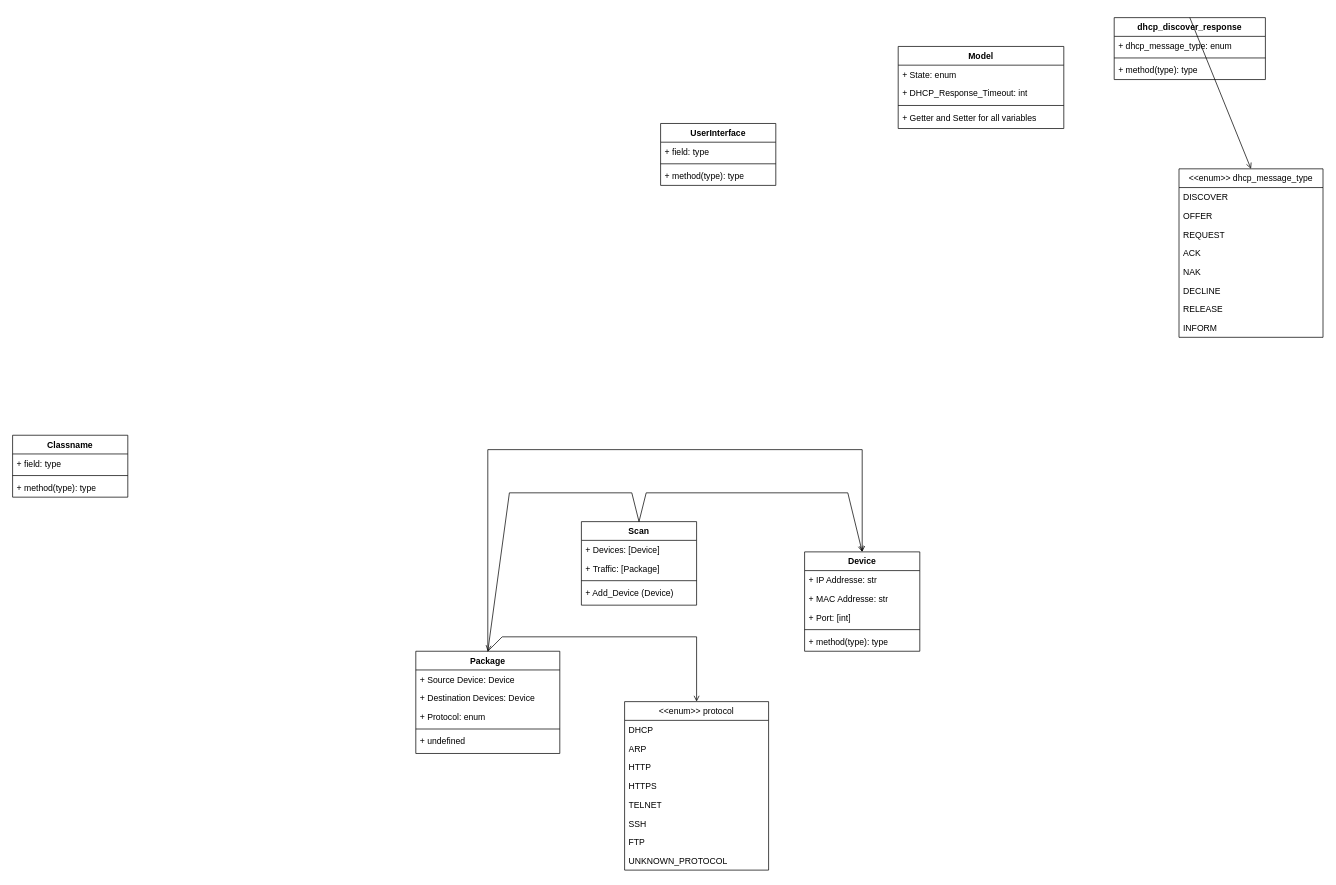
Before: doku/dia_klassen.drawio in repeter42/bachelor, a draw.io diagram. Source tidied: cells renumbered, new cells numbered last; positions are measured from the earlier drawing's top-left corner, leaving out a move shared by most shapes. Both pictures are drawn from the tidied source at 72%, with x=0, y=0 at pixel (12, 17).
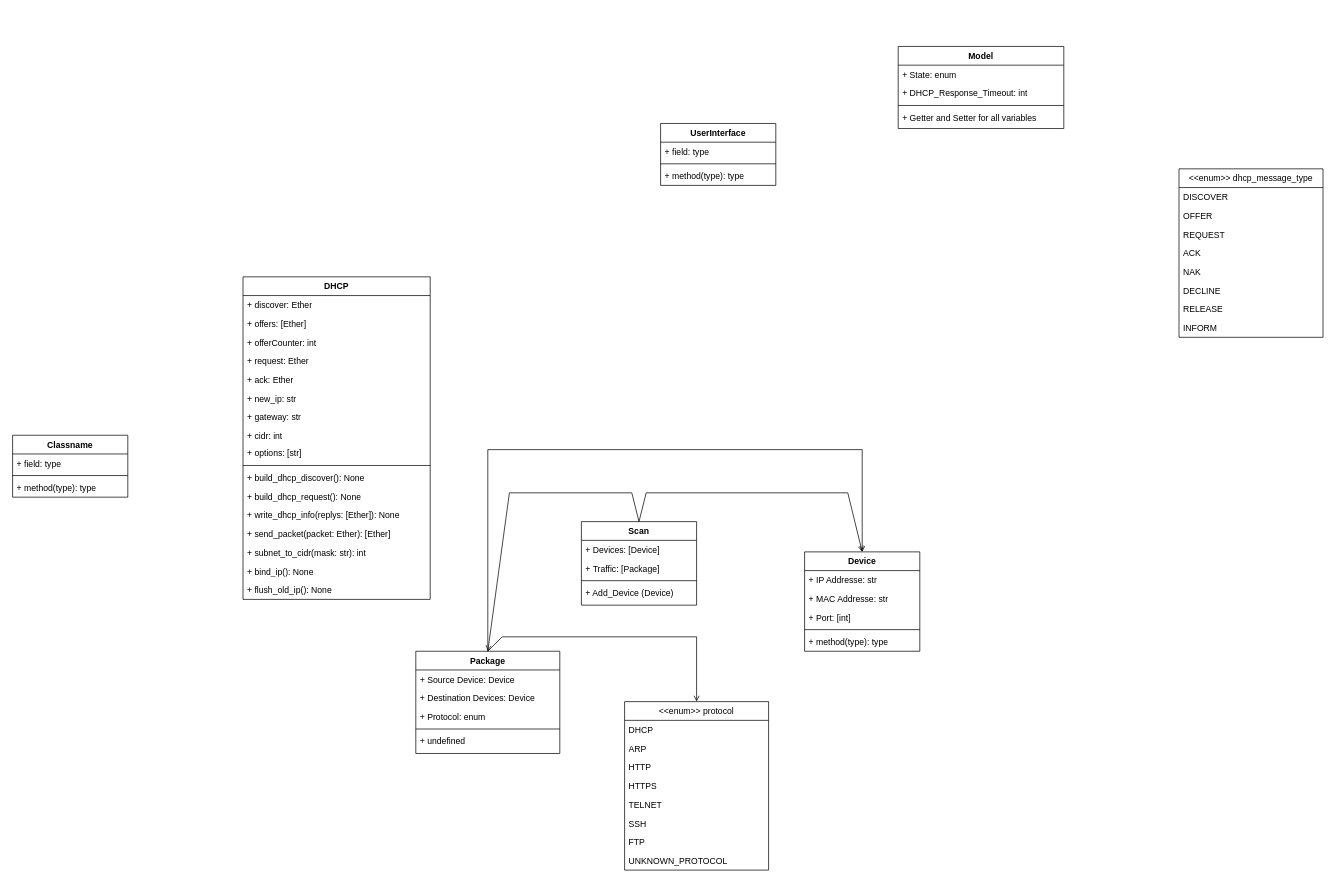
After the change.

The change refers to these unchanged cells:
```xml
<mxCell id="6" value="&amp;lt;&amp;lt;enum&amp;gt;&amp;gt; dhcp_message_type" style="swimlane;fontStyle=0;horizontal=1;startSize=26;fillColor=none;whiteSpace=wrap;html=1;fontSize=12;" parent="1" vertex="1">
  <mxGeometry x="1620" y="210" width="200" height="234" as="geometry" />
</mxCell>
```

Change to the diagram source:
```diff
@@
-    <mxCell id="2" value="dhcp_discover_response" style="swimlane;fontStyle=1;align=center;verticalAlign=top;horizontal=1;startSize=26;whiteSpace=wrap;html=1;fontSize=12;" parent="1" vertex="1">
-      <mxGeometry x="1530" width="210" height="86" as="geometry" />
+    <mxCell id="2" value="DHCP" style="swimlane;fontStyle=1;align=center;verticalAlign=top;horizontal=1;startSize=26;whiteSpace=wrap;html=1;fontSize=12;" parent="1" vertex="1">
+      <mxGeometry x="320" y="360" width="260" height="448" as="geometry" />
     </mxCell>
-    <mxCell id="3" value="+ dhcp_message_type: enum" style="text;strokeColor=none;fillColor=none;align=left;verticalAlign=top;spacingLeft=4;spacingRight=4;overflow=hidden;whiteSpace=wrap;html=1;fontSize=12;" parent="2" vertex="1">
-      <mxGeometry y="26" width="210" height="26" as="geometry" />
+    <mxCell id="3" value="+ discover: Ether" style="text;strokeColor=none;fillColor=none;align=left;verticalAlign=top;spacingLeft=4;spacingRight=4;overflow=hidden;whiteSpace=wrap;html=1;fontSize=12;" parent="2" vertex="1">
+      <mxGeometry y="26" width="260" height="26" as="geometry" />
     </mxCell>
+    <mxCell id="59" value="+ offers: [Ether]" style="text;strokeColor=none;fillColor=none;align=left;verticalAlign=top;spacingLeft=4;spacingRight=4;overflow=hidden;whiteSpace=wrap;html=1;fontSize=12;" parent="2" vertex="1">
+      <mxGeometry y="52" width="260" height="26" as="geometry" />
+    </mxCell>
+    <mxCell id="60" value="+ offerCounter: int" style="text;strokeColor=none;fillColor=none;align=left;verticalAlign=top;spacingLeft=4;spacingRight=4;overflow=hidden;whiteSpace=wrap;html=1;fontSize=12;" parent="2" vertex="1">
+      <mxGeometry y="78" width="260" height="26" as="geometry" />
+    </mxCell>
+    <mxCell id="61" value="+ request: Ether" style="text;strokeColor=none;fillColor=none;align=left;verticalAlign=top;spacingLeft=4;spacingRight=4;overflow=hidden;whiteSpace=wrap;html=1;fontSize=12;" parent="2" vertex="1">
+      <mxGeometry y="104" width="260" height="26" as="geometry" />
+    </mxCell>
+    <mxCell id="62" value="+ ack: Ether" style="text;strokeColor=none;fillColor=none;align=left;verticalAlign=top;spacingLeft=4;spacingRight=4;overflow=hidden;whiteSpace=wrap;html=1;fontSize=12;" parent="2" vertex="1">
+      <mxGeometry y="130" width="260" height="26" as="geometry" />
+    </mxCell>
+    <mxCell id="63" value="+ new_ip: str" style="text;strokeColor=none;fillColor=none;align=left;verticalAlign=top;spacingLeft=4;spacingRight=4;overflow=hidden;whiteSpace=wrap;html=1;fontSize=12;" parent="2" vertex="1">
+      <mxGeometry y="156" width="260" height="26" as="geometry" />
+    </mxCell>
+    <mxCell id="64" value="+ gateway: str" style="text;strokeColor=none;fillColor=none;align=left;verticalAlign=top;spacingLeft=4;spacingRight=4;overflow=hidden;whiteSpace=wrap;html=1;fontSize=12;" parent="2" vertex="1">
+      <mxGeometry y="182" width="260" height="26" as="geometry" />
+    </mxCell>
+    <mxCell id="65" value="+ cidr: int" style="text;strokeColor=none;fillColor=none;align=left;verticalAlign=top;spacingLeft=4;spacingRight=4;overflow=hidden;whiteSpace=wrap;html=1;fontSize=12;" parent="2" vertex="1">
+      <mxGeometry y="208" width="260" height="24" as="geometry" />
+    </mxCell>
+    <mxCell id="66" value="+ options: [str]" style="text;strokeColor=none;fillColor=none;align=left;verticalAlign=top;spacingLeft=4;spacingRight=4;overflow=hidden;whiteSpace=wrap;html=1;fontSize=12;" parent="2" vertex="1">
+      <mxGeometry y="232" width="260" height="26" as="geometry" />
+    </mxCell>
     <mxCell id="4" style="line;strokeWidth=1;fillColor=none;align=left;verticalAlign=middle;spacingTop=-1;spacingLeft=3;spacingRight=3;labelPosition=right;strokeColor=inherit;fontSize=12;" parent="2" vertex="1">
-      <mxGeometry y="52" width="210" height="8" as="geometry" />
+      <mxGeometry y="258" width="260" height="8" as="geometry" />
     </mxCell>
-    <mxCell id="5" value="+ method(type): type" style="text;strokeColor=none;fillColor=none;align=left;verticalAlign=top;spacingLeft=4;spacingRight=4;overflow=hidden;whiteSpace=wrap;html=1;fontSize=12;" parent="2" vertex="1">
-      <mxGeometry y="60" width="210" height="26" as="geometry" />
+    <mxCell id="5" value="+ build_dhcp_discover(): None" style="text;strokeColor=none;fillColor=none;align=left;verticalAlign=top;spacingLeft=4;spacingRight=4;overflow=hidden;whiteSpace=wrap;html=1;fontSize=12;" parent="2" vertex="1">
+      <mxGeometry y="266" width="260" height="26" as="geometry" />
     </mxCell>
+    <mxCell id="67" value="+ build_dhcp_request(): None" style="text;strokeColor=none;fillColor=none;align=left;verticalAlign=top;spacingLeft=4;spacingRight=4;overflow=hidden;whiteSpace=wrap;html=1;fontSize=12;" parent="2" vertex="1">
+      <mxGeometry y="292" width="260" height="26" as="geometry" />
+    </mxCell>
+    <mxCell id="68" value="+ write_dhcp_info(replys: [Ether]): None&lt;span style=&quot;white-space: pre;&quot;&gt;&#9;&lt;/span&gt;" style="text;strokeColor=none;fillColor=none;align=left;verticalAlign=top;spacingLeft=4;spacingRight=4;overflow=hidden;whiteSpace=wrap;html=1;fontSize=12;" parent="2" vertex="1">
+      <mxGeometry y="318" width="260" height="26" as="geometry" />
+    </mxCell>
+    <mxCell id="69" value="+ send_packet(packet: Ether): [Ether]" style="text;strokeColor=none;fillColor=none;align=left;verticalAlign=top;spacingLeft=4;spacingRight=4;overflow=hidden;whiteSpace=wrap;html=1;fontSize=12;" parent="2" vertex="1">
+      <mxGeometry y="344" width="260" height="26" as="geometry" />
+    </mxCell>
+    <mxCell id="70" value="+ subnet_to_cidr(mask: str): int" style="text;strokeColor=none;fillColor=none;align=left;verticalAlign=top;spacingLeft=4;spacingRight=4;overflow=hidden;whiteSpace=wrap;html=1;fontSize=12;" parent="2" vertex="1">
+      <mxGeometry y="370" width="260" height="26" as="geometry" />
+    </mxCell>
+    <mxCell id="71" value="+ bind_ip(): None" style="text;strokeColor=none;fillColor=none;align=left;verticalAlign=top;spacingLeft=4;spacingRight=4;overflow=hidden;whiteSpace=wrap;html=1;fontSize=12;" parent="2" vertex="1">
+      <mxGeometry y="396" width="260" height="26" as="geometry" />
+    </mxCell>
+    <mxCell id="72" value="+ flush_old_ip(): None" style="text;strokeColor=none;fillColor=none;align=left;verticalAlign=top;spacingLeft=4;spacingRight=4;overflow=hidden;whiteSpace=wrap;html=1;fontSize=12;" parent="2" vertex="1">
+      <mxGeometry y="422" width="260" height="26" as="geometry" />
+    </mxCell>
@@
-    <mxCell id="15" style="endArrow=open;html=1;rounded=0;endFill=0;exitX=0.5;exitY=0;exitDx=0;exitDy=0;entryX=0.5;entryY=0;entryDx=0;entryDy=0;fontSize=12;" parent="1" edge="1" source="2" target="6">
-      <mxGeometry relative="1" as="geometry" />
-    </mxCell>
```
